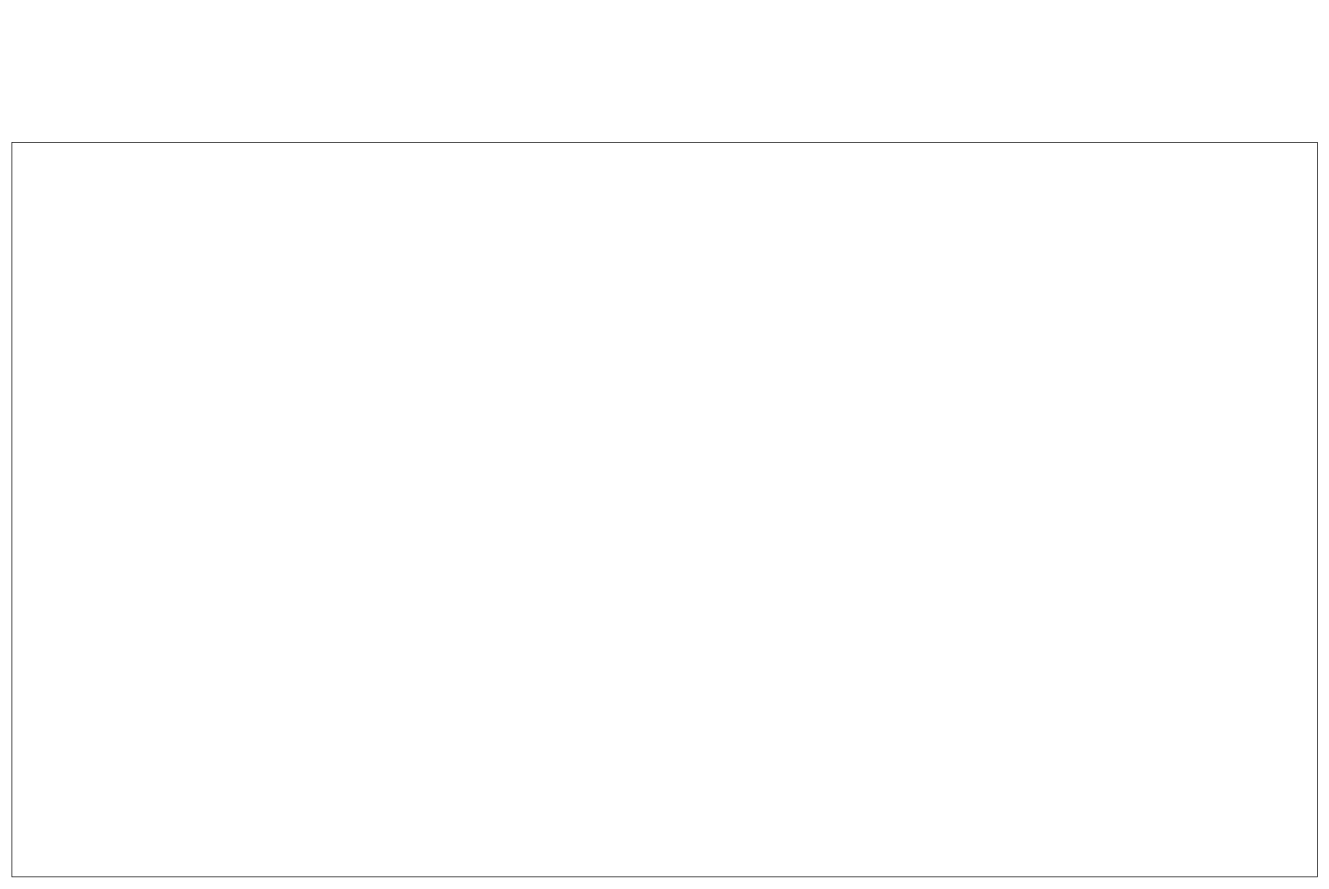
Before: misc/wireframes/Onboarding.drawio in VerbalThree/OpenVoice, a draw.io diagram. Source tidied: cells renumbered, new cells numbered last; positions are measured from the earlier drawing's top-left corner, leaving out a move shared by most shapes. Both pictures are drawn from the tidied source at 68%, with x=0, y=0 at pixel (12, 142).
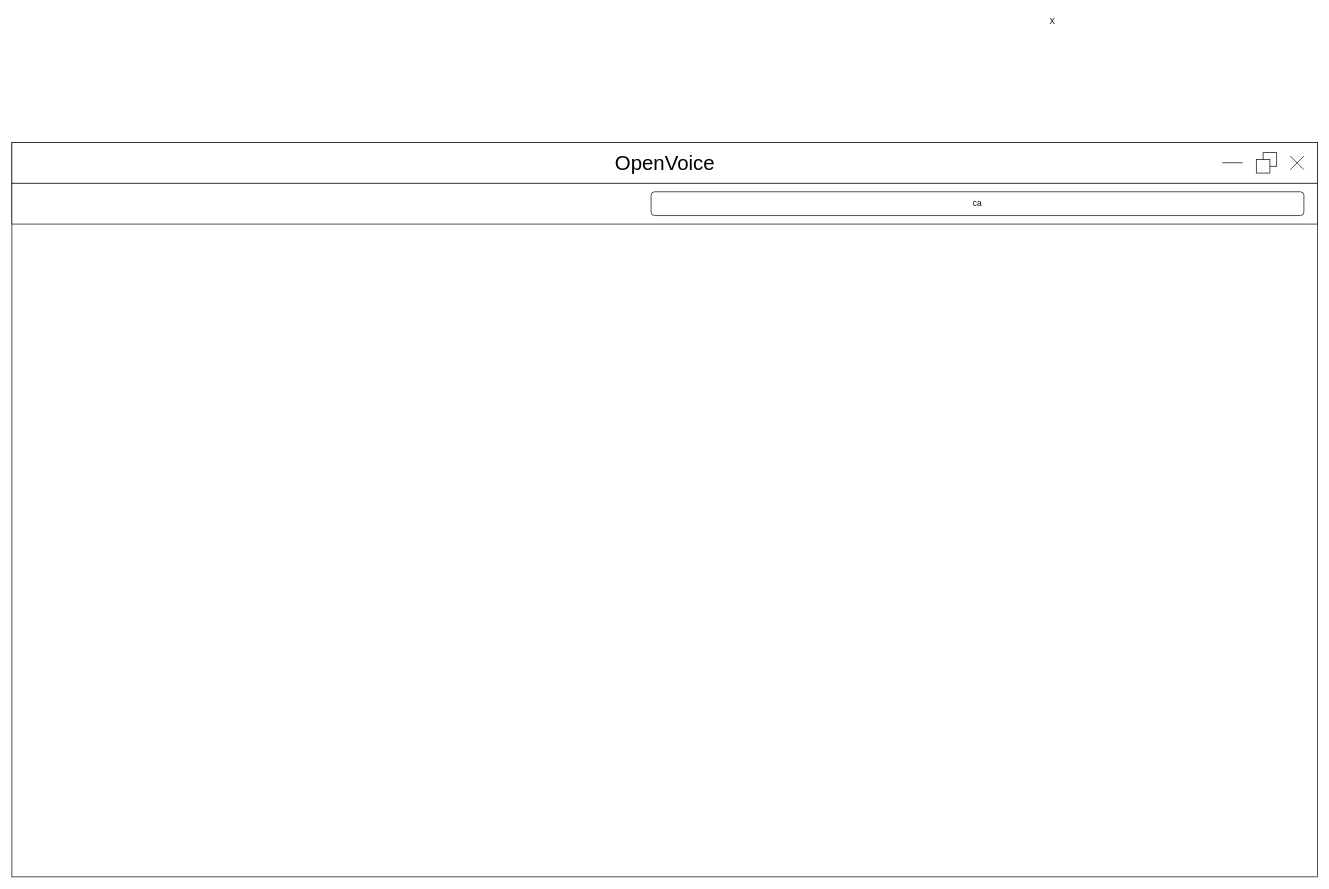
The same page after the edit.

Diff of the diagram source:
```diff
@@
 <mxGraphModel>
   <root>
     <mxCell id="0" />
     <mxCell id="1" parent="0" />
     <mxCell id="2" style="rounded=0;whiteSpace=wrap;html=1;" parent="1" vertex="1">
       <mxGeometry width="1920" height="1080" as="geometry" />
     </mxCell>
+    <mxCell id="3" style="rounded=0;whiteSpace=wrap;html=1;" parent="1" vertex="1">
+      <mxGeometry width="1920" height="60" as="geometry" />
+    </mxCell>
+    <mxCell id="4" value="&lt;font style=&quot;font-size: 30px;&quot;&gt;OpenVoice&lt;/font&gt;" style="text;html=1;align=center;verticalAlign=middle;strokeColor=none;fillColor=none;" parent="1" vertex="1">
+      <mxGeometry x="875" y="5" width="170" height="50" as="geometry" />
+    </mxCell>
+    <mxCell id="5" style="rounded=0;whiteSpace=wrap;html=1;" parent="1" vertex="1">
+      <mxGeometry y="60" width="1920" height="60" as="geometry" />
+    </mxCell>
+    <mxCell id="6" value="ca" style="rounded=1;whiteSpace=wrap;html=1;" parent="1" vertex="1">
+      <mxGeometry x="940" y="72.5" width="960" height="35" as="geometry" />
+    </mxCell>
+    <mxCell id="7" value="X" style="text;html=1;align=center;verticalAlign=middle;strokeColor=none;fillColor=none;" parent="1" vertex="1">
+      <mxGeometry x="1515" y="-192" width="30" height="30" as="geometry" />
+    </mxCell>
+    <mxCell id="8" style="group;" parent="1" vertex="1">
+      <mxGeometry x="1880" y="20" width="20" height="20" as="geometry" />
+    </mxCell>
+    <mxCell id="9" style="endArrow=none;html=1;rounded=0;" parent="8" edge="1">
+      <mxGeometry relative="1" as="geometry">
+        <mxPoint y="20" as="sourcePoint" />
+        <mxPoint x="20" as="targetPoint" />
+      </mxGeometry>
+    </mxCell>
+    <mxCell id="10" style="endArrow=none;html=1;rounded=0;" parent="8" edge="1">
+      <mxGeometry relative="1" as="geometry">
+        <mxPoint as="sourcePoint" />
+        <mxPoint x="20" y="20" as="targetPoint" />
+      </mxGeometry>
+    </mxCell>
+    <mxCell id="11" style="endArrow=none;html=1;rounded=0;" parent="1" edge="1">
+      <mxGeometry relative="1" as="geometry">
+        <mxPoint x="1780" y="29.8" as="sourcePoint" />
+        <mxPoint x="1810" y="29.8" as="targetPoint" />
+      </mxGeometry>
+    </mxCell>
+    <mxCell id="12" style="whiteSpace=wrap;html=1;" parent="1" vertex="1">
+      <mxGeometry x="1840" y="15" width="20" height="20" as="geometry" />
+    </mxCell>
+    <mxCell id="13" style="whiteSpace=wrap;html=1;" parent="1" vertex="1">
+      <mxGeometry x="1830" y="25" width="20" height="20" as="geometry" />
+    </mxCell>
   </root>
 </mxGraphModel>
```
